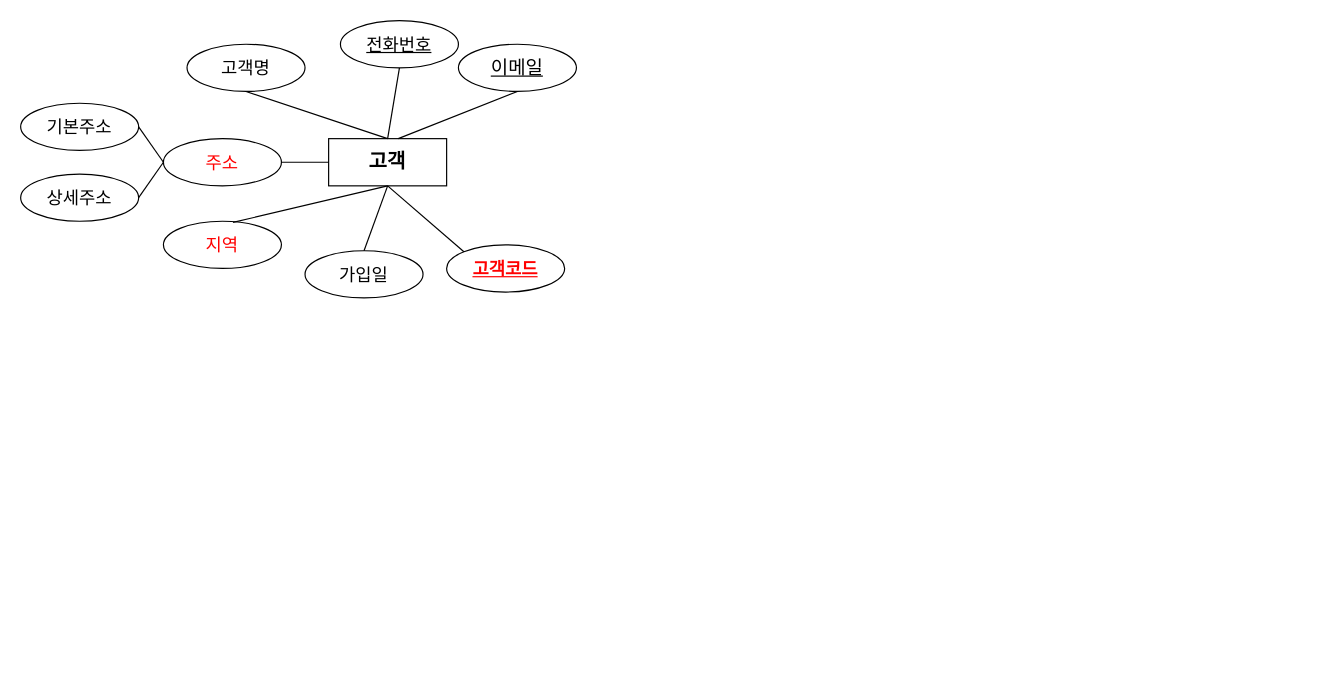
The draw.io diagram page "페이지-1" (1 of 2) of erd.drawio in bitcocom/ai8erd, before the edit. Source tidied: cells renumbered, new cells numbered last; positions are measured from the earlier drawing's top-left corner, leaving out a move shared by most shapes. Both pictures are drawn from the tidied source at 118%, with x=0, y=0 at pixel (20, 20).
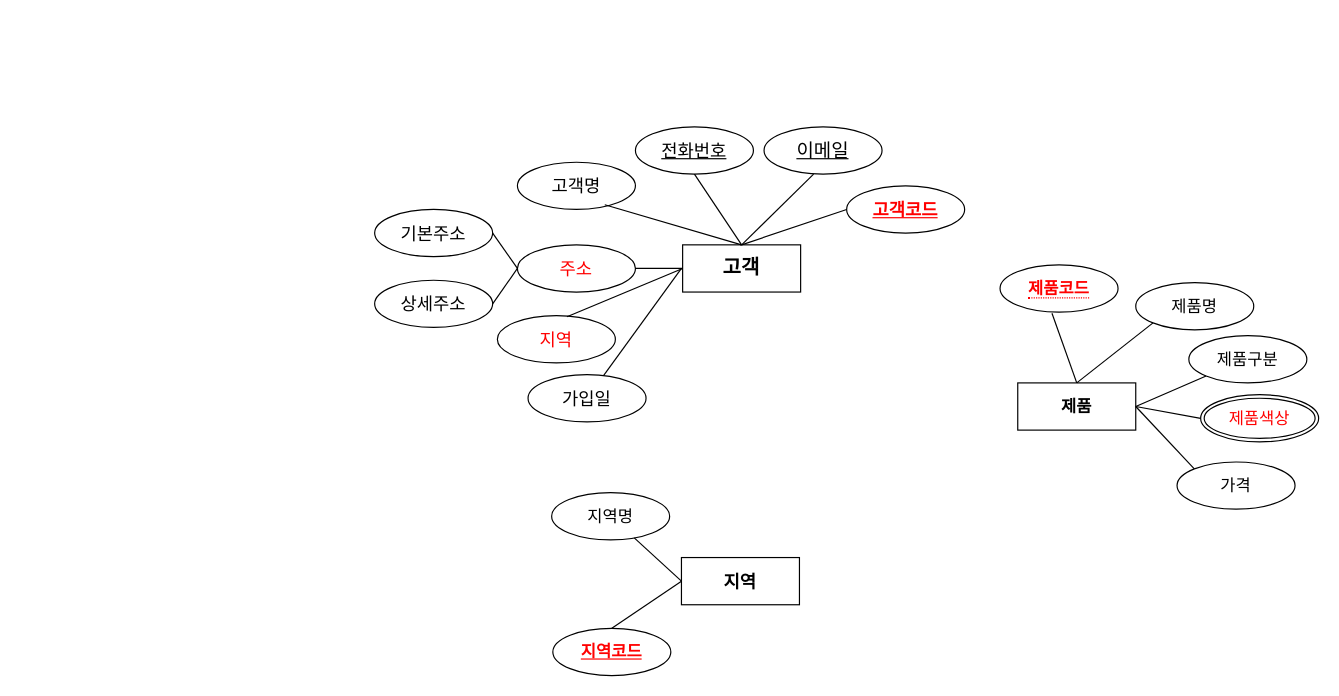
After the change.

Change to the diagram source:
```diff
@@
     <mxCell id="2" value="고객" style="whiteSpace=wrap;html=1;align=center;fontSize=17;fontStyle=1;" parent="1" vertex="1">
-      <mxGeometry x="261" y="100" width="100" height="40" as="geometry" />
+      <mxGeometry x="561" y="190" width="100" height="40" as="geometry" />
     </mxCell>
     <mxCell id="3" value="고객명" style="ellipse;whiteSpace=wrap;html=1;align=center;fontSize=15;" parent="1" vertex="1">
-      <mxGeometry x="141" y="20" width="100" height="40" as="geometry" />
+      <mxGeometry x="421" y="120" width="100" height="40" as="geometry" />
     </mxCell>
-    <mxCell id="4" style="endArrow=none;html=1;rounded=0;exitX=0.5;exitY=1;exitDx=0;exitDy=0;entryX=0.5;entryY=0;entryDx=0;entryDy=0;" parent="1" edge="1" source="3" target="2">
+    <mxCell id="4" style="endArrow=none;html=1;rounded=0;exitX=0.74;exitY=0.9;exitDx=0;exitDy=0;entryX=0.5;entryY=0;entryDx=0;entryDy=0;exitPerimeter=0;" parent="1" edge="1" source="3" target="2">
       <mxGeometry relative="1" as="geometry" />
     </mxCell>
     <mxCell id="5" value="&lt;span&gt;전화번호&lt;/span&gt;" style="ellipse;whiteSpace=wrap;html=1;align=center;fontSize=15;fontStyle=4;" parent="1" vertex="1">
-      <mxGeometry x="271" width="100" height="40" as="geometry" />
+      <mxGeometry x="521" y="90" width="100" height="40" as="geometry" />
     </mxCell>
@@
     <mxCell id="7" value="이메일" style="ellipse;whiteSpace=wrap;html=1;align=center;fontStyle=4;fontSize=16;" parent="1" vertex="1">
-      <mxGeometry x="371" y="20" width="100" height="40" as="geometry" />
+      <mxGeometry x="630" y="90" width="100" height="40" as="geometry" />
     </mxCell>
-    <mxCell id="8" style="endArrow=none;html=1;rounded=0;exitX=0.5;exitY=1;exitDx=0;exitDy=0;entryX=0.59;entryY=0;entryDx=0;entryDy=0;entryPerimeter=0;" parent="1" edge="1" source="7" target="2">
-      <mxGeometry relative="1" as="geometry" />
+    <mxCell id="8" style="endArrow=none;html=1;rounded=0;exitX=0.42;exitY=1;exitDx=0;exitDy=0;exitPerimeter=0;" parent="1" edge="1" source="7">
+      <mxGeometry relative="1" as="geometry">
+        <mxPoint x="611" y="190" as="targetPoint" />
+      </mxGeometry>
     </mxCell>
     <mxCell id="9" value="주소" style="ellipse;whiteSpace=wrap;html=1;align=center;fontSize=15;fontColor=#FF0000;" parent="1" vertex="1">
-      <mxGeometry x="121" y="100" width="100" height="40" as="geometry" />
+      <mxGeometry x="421" y="190" width="100" height="40" as="geometry" />
     </mxCell>
@@
     <mxCell id="11" value="지역" style="ellipse;whiteSpace=wrap;html=1;align=center;fontSize=15;fontColor=#FF0000;" parent="1" vertex="1">
-      <mxGeometry x="121" y="170" width="100" height="40" as="geometry" />
+      <mxGeometry x="404" y="250" width="100" height="40" as="geometry" />
     </mxCell>
     <mxCell id="12" value="가입일" style="ellipse;whiteSpace=wrap;html=1;align=center;fontSize=15;" parent="1" vertex="1">
-      <mxGeometry x="241" y="195" width="100" height="40" as="geometry" />
+      <mxGeometry x="430" y="300" width="100" height="40" as="geometry" />
     </mxCell>
-    <mxCell id="13" style="endArrow=none;html=1;rounded=0;exitX=0.59;exitY=0.025;exitDx=0;exitDy=0;exitPerimeter=0;entryX=0.5;entryY=1;entryDx=0;entryDy=0;" parent="1" edge="1" source="11" target="2">
+    <mxCell id="13" style="endArrow=none;html=1;rounded=0;exitX=0.59;exitY=0.025;exitDx=0;exitDy=0;exitPerimeter=0;entryX=0;entryY=0.5;entryDx=0;entryDy=0;" parent="1" edge="1" source="11" target="2">
       <mxGeometry relative="1" as="geometry" />
     </mxCell>
-    <mxCell id="14" style="endArrow=none;html=1;rounded=0;exitX=0.5;exitY=0;exitDx=0;exitDy=0;" parent="1" edge="1" source="12">
+    <mxCell id="14" style="endArrow=none;html=1;rounded=0;exitX=0.5;exitY=0;exitDx=0;exitDy=0;" parent="1" edge="1" source="2">
       <mxGeometry relative="1" as="geometry">
-        <mxPoint x="311" y="140" as="targetPoint" />
+        <mxPoint x="610" y="190" as="targetPoint" />
       </mxGeometry>
     </mxCell>
     <mxCell id="15" value="&lt;u&gt;&lt;b&gt;고객코드&lt;/b&gt;&lt;/u&gt;" style="ellipse;whiteSpace=wrap;html=1;align=center;fontSize=15;fontColor=#FF0000;" parent="1" vertex="1">
-      <mxGeometry x="361" y="190" width="100" height="40" as="geometry" />
+      <mxGeometry x="700" y="140" width="100" height="40" as="geometry" />
     </mxCell>
-    <mxCell id="16" style="endArrow=none;html=1;rounded=0;entryX=0;entryY=0;entryDx=0;entryDy=0;" parent="1" edge="1" target="15">
-      <mxGeometry relative="1" as="geometry">
-        <mxPoint x="311" y="140" as="sourcePoint" />
-      </mxGeometry>
+    <mxCell id="16" style="endArrow=none;html=1;rounded=0;entryX=0;entryY=0.5;entryDx=0;entryDy=0;exitX=0.5;exitY=0;exitDx=0;exitDy=0;" parent="1" edge="1" source="2" target="15">
+      <mxGeometry relative="1" as="geometry" />
     </mxCell>
     <mxCell id="17" value="기본주소" style="ellipse;whiteSpace=wrap;html=1;align=center;fontSize=15;" parent="1" vertex="1">
-      <mxGeometry y="70" width="100" height="40" as="geometry" />
+      <mxGeometry x="300" y="160" width="100" height="40" as="geometry" />
     </mxCell>
     <mxCell id="18" value="상세주소" style="ellipse;whiteSpace=wrap;html=1;align=center;fontSize=15;" parent="1" vertex="1">
-      <mxGeometry y="130" width="100" height="40" as="geometry" />
+      <mxGeometry x="300" y="220" width="100" height="40" as="geometry" />
     </mxCell>
@@
+    <mxCell id="21" value="지역" style="whiteSpace=wrap;html=1;align=center;fontSize=15;fontStyle=1;" parent="1" vertex="1">
+      <mxGeometry x="560" y="455" width="100" height="40" as="geometry" />
+    </mxCell>
+    <mxCell id="22" value="지역명" style="ellipse;whiteSpace=wrap;html=1;align=center;fontSize=14;" parent="1" vertex="1">
+      <mxGeometry x="450" y="400" width="100" height="40" as="geometry" />
+    </mxCell>
+    <mxCell id="23" value="지역코드" style="ellipse;whiteSpace=wrap;html=1;align=center;fontStyle=5;fontSize=14;fontColor=#FF0000;" parent="1" vertex="1">
+      <mxGeometry x="451" y="515" width="100" height="40" as="geometry" />
+    </mxCell>
+    <mxCell id="24" style="endArrow=none;html=1;rounded=0;exitX=0;exitY=0.5;exitDx=0;exitDy=0;" parent="1" edge="1" source="21" target="22">
+      <mxGeometry relative="1" as="geometry" />
+    </mxCell>
+    <mxCell id="25" style="endArrow=none;html=1;rounded=0;exitX=0;exitY=0.5;exitDx=0;exitDy=0;entryX=0.5;entryY=0;entryDx=0;entryDy=0;" parent="1" edge="1" source="21" target="23">
+      <mxGeometry relative="1" as="geometry" />
+    </mxCell>
+    <mxCell id="26" value="제품" style="whiteSpace=wrap;html=1;align=center;fontSize=14;fontStyle=1;" parent="1" vertex="1">
+      <mxGeometry x="845" y="307" width="100" height="40" as="geometry" />
+    </mxCell>
+    <mxCell id="27" value="&lt;span style=&quot;border-bottom: 1px dotted; font-size: 14px;&quot;&gt;제품코드&lt;/span&gt;" style="ellipse;whiteSpace=wrap;html=1;align=center;fontSize=14;fontStyle=1;fontColor=#FF0000;" parent="1" vertex="1">
+      <mxGeometry x="830" y="207" width="100" height="40" as="geometry" />
+    </mxCell>
+    <mxCell id="28" value="제품명" style="ellipse;whiteSpace=wrap;html=1;align=center;fontSize=14;" parent="1" vertex="1">
+      <mxGeometry x="945" y="222" width="100" height="40" as="geometry" />
+    </mxCell>
+    <mxCell id="29" value="가격" style="ellipse;whiteSpace=wrap;html=1;align=center;fontSize=14;" parent="1" vertex="1">
+      <mxGeometry x="980" y="374" width="100" height="40" as="geometry" />
+    </mxCell>
+    <mxCell id="30" value="제품색상" style="ellipse;shape=doubleEllipse;margin=3;whiteSpace=wrap;html=1;align=center;fontSize=14;fontColor=#FF0000;" parent="1" vertex="1">
+      <mxGeometry x="1000" y="317" width="100" height="40" as="geometry" />
+    </mxCell>
+    <mxCell id="31" style="endArrow=none;html=1;rounded=0;entryX=0.44;entryY=1.025;entryDx=0;entryDy=0;entryPerimeter=0;exitX=0.5;exitY=0;exitDx=0;exitDy=0;" parent="1" edge="1" source="26" target="27">
+      <mxGeometry relative="1" as="geometry" />
+    </mxCell>
+    <mxCell id="32" style="endArrow=none;html=1;rounded=0;entryX=0;entryY=0.5;entryDx=0;entryDy=0;exitX=1;exitY=0.5;exitDx=0;exitDy=0;" parent="1" edge="1" source="26" target="30">
+      <mxGeometry relative="1" as="geometry" />
+    </mxCell>
+    <mxCell id="33" style="endArrow=none;html=1;rounded=0;entryX=0;entryY=1;entryDx=0;entryDy=0;exitX=0.5;exitY=0;exitDx=0;exitDy=0;" parent="1" edge="1" source="26" target="28">
+      <mxGeometry relative="1" as="geometry" />
+    </mxCell>
+    <mxCell id="34" style="endArrow=none;html=1;rounded=0;entryX=0;entryY=0;entryDx=0;entryDy=0;exitX=1;exitY=0.5;exitDx=0;exitDy=0;" parent="1" edge="1" source="26" target="29">
+      <mxGeometry relative="1" as="geometry" />
+    </mxCell>
+    <mxCell id="35" style="endArrow=none;html=1;rounded=0;" parent="1" edge="1" source="12">
+      <mxGeometry relative="1" as="geometry">
+        <mxPoint x="560" y="210" as="targetPoint" />
+      </mxGeometry>
+    </mxCell>
+    <mxCell id="36" value="제품구분" style="ellipse;whiteSpace=wrap;html=1;align=center;fontSize=14;" parent="1" vertex="1">
+      <mxGeometry x="990" y="267" width="100" height="40" as="geometry" />
+    </mxCell>
+    <mxCell id="37" style="endArrow=none;html=1;rounded=0;entryX=0;entryY=1;entryDx=0;entryDy=0;exitX=1;exitY=0.5;exitDx=0;exitDy=0;" parent="1" edge="1" source="26" target="36">
+      <mxGeometry relative="1" as="geometry" />
+    </mxCell>
```
